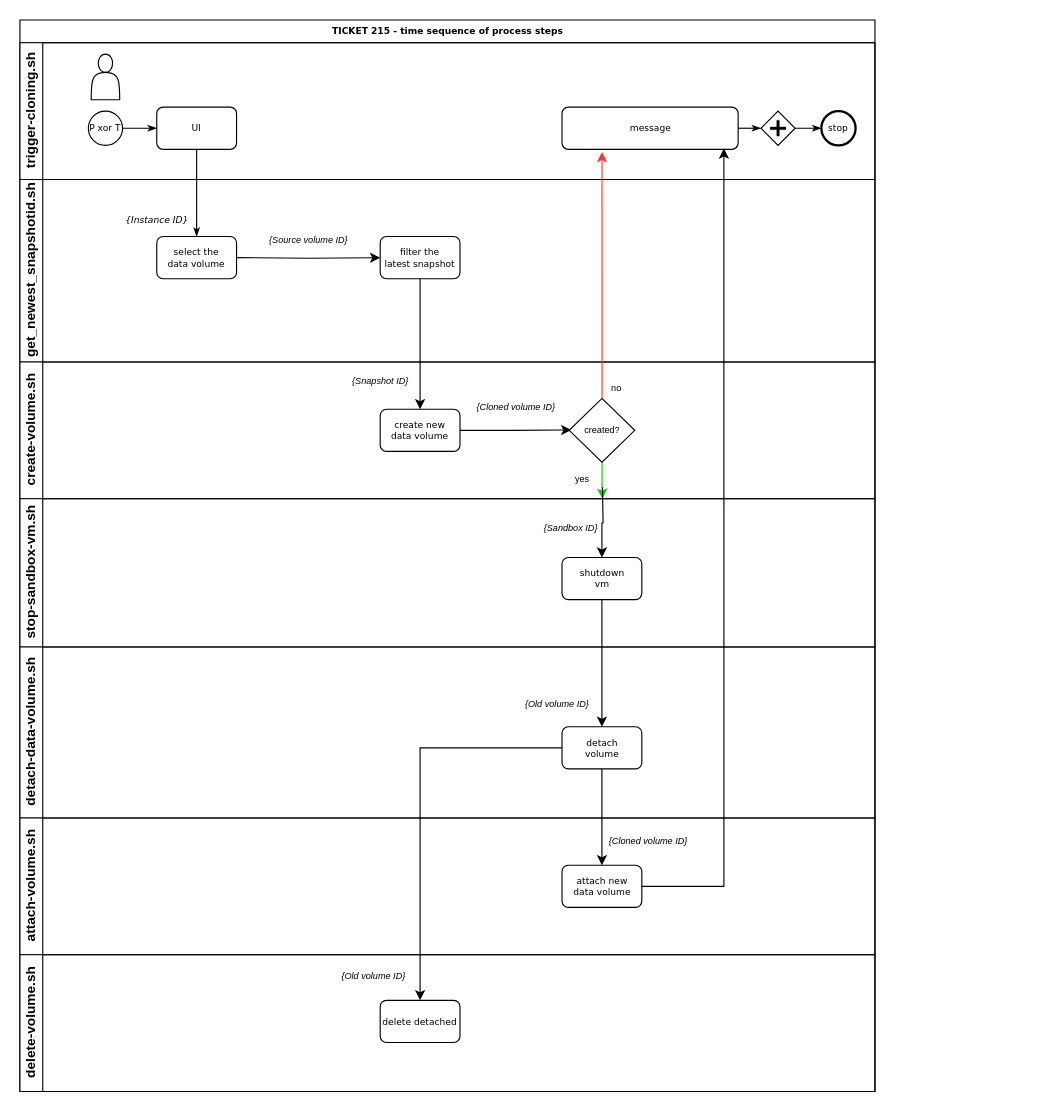
Before: triggered-flow-for-sandbox.drawio in mahoff/repo, a draw.io diagram. Source tidied: cells renumbered, new cells numbered last; positions are measured from the earlier drawing's top-left corner, leaving out a move shared by most shapes. Both pictures are drawn from the tidied source at 114%, with x=0, y=0 at pixel (19, 19).
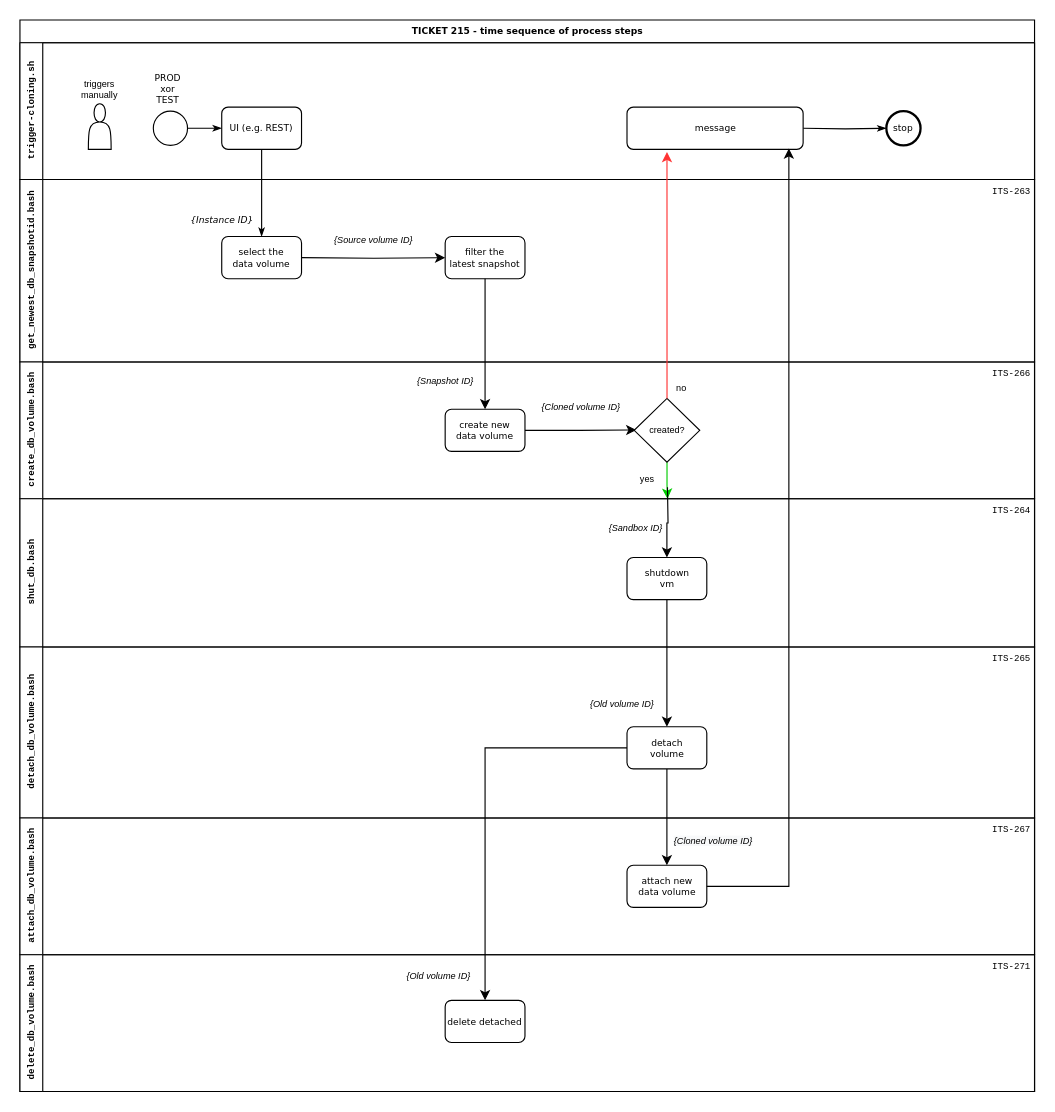
The same diagram, later.

Commit message:
amended script names, amended ticket numbers

What changed in the source:
```diff
@@
     <mxCell id="2" value="TICKET 215 - time sequence of process steps" style="swimlane;html=1;horizontal=1;startSize=20;rounded=0;shadow=0;labelBackgroundColor=none;strokeWidth=1;fontFamily=Verdana;fontSize=8;align=center;" parent="1" vertex="1">
-      <mxGeometry width="750" height="940" as="geometry" />
+      <mxGeometry width="890" height="940" as="geometry" />
     </mxCell>
-    <mxCell id="3" value="trigger-cloning.sh" style="swimlane;html=1;startSize=20;horizontal=0;" parent="2" vertex="1">
-      <mxGeometry y="20" width="750" height="120" as="geometry" />
+    <mxCell id="3" value="trigger-cloning.sh" style="swimlane;html=1;startSize=20;horizontal=0;fontFamily=Courier New;fontSize=8;" parent="2" vertex="1">
+      <mxGeometry y="20" width="890" height="120" as="geometry" />
     </mxCell>
@@
-    <mxCell id="5" value="P xor T" style="ellipse;whiteSpace=wrap;html=1;rounded=0;shadow=0;labelBackgroundColor=none;strokeWidth=1;fontFamily=Verdana;fontSize=8;align=center;" parent="3" vertex="1">
-      <mxGeometry x="60" y="60" width="30" height="30" as="geometry" />
+    <mxCell id="5" value="PROD&lt;br&gt;xor&lt;br&gt;TEST" style="ellipse;whiteSpace=wrap;html=1;rounded=0;shadow=0;labelBackgroundColor=none;strokeWidth=1;fontFamily=Verdana;fontSize=8;align=center;movableLabel=1;" parent="3" vertex="1">
+      <mxGeometry x="117" y="60" width="30" height="30" as="geometry">
+        <mxPoint x="-2" y="-34" as="offset" />
+      </mxGeometry>
     </mxCell>
-    <mxCell id="6" value="UI" style="rounded=1;whiteSpace=wrap;html=1;shadow=0;labelBackgroundColor=none;strokeWidth=1;fontFamily=Verdana;fontSize=8;align=center;" parent="3" vertex="1">
-      <mxGeometry x="120" y="56.5" width="70" height="37" as="geometry" />
+    <mxCell id="6" value="UI (e.g. REST)" style="rounded=1;whiteSpace=wrap;html=1;shadow=0;labelBackgroundColor=none;strokeWidth=1;fontFamily=Verdana;fontSize=8;align=center;" parent="3" vertex="1">
+      <mxGeometry x="177" y="56.5" width="70" height="37" as="geometry" />
     </mxCell>
-    <mxCell id="7" style="edgeStyle=orthogonalEdgeStyle;rounded=0;html=1;entryX=0;entryY=0.5;labelBackgroundColor=none;startArrow=none;startFill=0;startSize=5;endArrow=classicThin;endFill=1;endSize=5;jettySize=auto;strokeWidth=1;fontFamily=Verdana;fontSize=8;exitX=1;exitY=0.5;exitDx=0;exitDy=0;" parent="3" edge="1" target="10">
+    <mxCell id="7" style="edgeStyle=orthogonalEdgeStyle;rounded=0;html=1;entryX=0;entryY=0.5;labelBackgroundColor=none;startArrow=none;startFill=0;startSize=5;endArrow=classicThin;endFill=1;endSize=5;jettySize=auto;strokeWidth=1;fontFamily=Verdana;fontSize=8;exitX=1;exitY=0.5;exitDx=0;exitDy=0;entryDx=0;entryDy=0;" parent="3" edge="1" target="11">
       <mxGeometry relative="1" as="geometry">
-        <mxPoint x="630" y="75" as="sourcePoint" />
+        <mxPoint x="687" y="75" as="sourcePoint" />
       </mxGeometry>
     </mxCell>
     <mxCell id="8" value="message" style="rounded=1;whiteSpace=wrap;html=1;shadow=0;labelBackgroundColor=none;strokeWidth=1;fontFamily=Verdana;fontSize=8;align=center;" parent="3" vertex="1">
-      <mxGeometry x="475.5" y="56.5" width="154.5" height="37" as="geometry" />
+      <mxGeometry x="532.5" y="56.5" width="154.5" height="37" as="geometry" />
     </mxCell>
-    <mxCell id="9" style="edgeStyle=orthogonalEdgeStyle;rounded=0;html=1;labelBackgroundColor=none;startArrow=none;startFill=0;startSize=5;endArrow=classicThin;endFill=1;endSize=5;jettySize=auto;strokeWidth=1;fontFamily=Verdana;fontSize=8;" parent="3" edge="1" source="10" target="11">
-      <mxGeometry relative="1" as="geometry" />
-    </mxCell>
-    <mxCell id="10" style="shape=mxgraph.bpmn.shape;html=1;verticalLabelPosition=bottom;labelBackgroundColor=#ffffff;verticalAlign=top;perimeter=rhombusPerimeter;background=gateway;outline=none;symbol=parallelGw;rounded=1;shadow=0;strokeWidth=1;fontFamily=Verdana;fontSize=8;align=center;" parent="3" vertex="1">
-      <mxGeometry x="650" y="60" width="30" height="30" as="geometry" />
-    </mxCell>
     <mxCell id="11" value="stop" style="ellipse;whiteSpace=wrap;html=1;rounded=0;shadow=0;labelBackgroundColor=none;strokeWidth=2;fontFamily=Verdana;fontSize=8;align=center;" parent="3" vertex="1">
-      <mxGeometry x="703" y="60" width="30" height="30" as="geometry" />
+      <mxGeometry x="760" y="60" width="30" height="30" as="geometry" />
     </mxCell>
-    <mxCell id="12" style="shape=actor;whiteSpace=wrap;html=1;fontSize=8;" parent="3" vertex="1">
-      <mxGeometry x="62.5" y="10" width="25" height="40" as="geometry" />
+    <mxCell id="12" value="triggers&lt;br&gt;manually" style="shape=actor;whiteSpace=wrap;html=1;fontSize=8;labelPadding=0;strokeOpacity=100;movableLabel=1;align=center;" parent="3" vertex="1">
+      <mxGeometry x="60" y="53.5" width="20" height="40" as="geometry">
+        <mxPoint y="-33" as="offset" />
+      </mxGeometry>
     </mxCell>
-    <mxCell id="13" value="get_newest_snapshotid.sh" style="swimlane;html=1;startSize=20;horizontal=0;" parent="2" vertex="1">
-      <mxGeometry y="140" width="750" height="160" as="geometry" />
+    <mxCell id="13" value="get_newest_db_snapshotid.bash" style="swimlane;html=1;startSize=20;horizontal=0;fontSize=8;fontFamily=Courier New;" parent="2" vertex="1">
+      <mxGeometry y="140" width="890" height="160" as="geometry" />
     </mxCell>
     <mxCell id="14" value="&lt;font style=&quot;font-size: 8px&quot;&gt;&lt;i&gt;{Source volume ID}&lt;/i&gt;&lt;br&gt;&lt;/font&gt;" style="edgeStyle=orthogonalEdgeStyle;rounded=0;jettySize=auto;html=1;exitX=1;exitY=0.5;exitDx=0;exitDy=0;" parent="13" edge="1" target="16">
       <mxGeometry y="17" relative="1" as="geometry">
-        <mxPoint x="190" y="68.5" as="sourcePoint" />
+        <mxPoint x="247" y="68.5" as="sourcePoint" />
       </mxGeometry>
     </mxCell>
     <mxCell id="15" value="select the&lt;br&gt;data volume" style="rounded=1;whiteSpace=wrap;html=1;shadow=0;labelBackgroundColor=none;strokeWidth=1;fontFamily=Verdana;fontSize=8;align=center;" parent="13" vertex="1">
-      <mxGeometry x="120" y="50" width="70" height="37" as="geometry" />
+      <mxGeometry x="177" y="50" width="70" height="37" as="geometry" />
     </mxCell>
     <mxCell id="16" value="filter the&lt;br&gt;latest snapshot" style="rounded=1;whiteSpace=wrap;html=1;shadow=0;labelBackgroundColor=none;strokeWidth=1;fontFamily=Verdana;fontSize=8;align=center;" parent="13" vertex="1">
-      <mxGeometry x="316" y="50" width="70" height="37" as="geometry" />
+      <mxGeometry x="373" y="50" width="70" height="37" as="geometry" />
     </mxCell>
+    <mxCell id="38" value="ITS-263" style="text;html=1;strokeColor=none;fillColor=none;align=center;verticalAlign=middle;whiteSpace=wrap;overflow=hidden;fontFamily=Courier New;fontSize=8;" parent="13" vertex="1">
+      <mxGeometry x="850" width="40" height="20" as="geometry" />
+    </mxCell>
@@
-    <mxCell id="18" value="create-volume.sh" style="swimlane;html=1;startSize=20;horizontal=0;" parent="2" vertex="1">
-      <mxGeometry y="300" width="750" height="120" as="geometry" />
+    <mxCell id="18" value="create_db_volume.bash" style="swimlane;html=1;startSize=20;horizontal=0;fontSize=8;fontFamily=Courier New;" parent="2" vertex="1">
+      <mxGeometry y="300" width="890" height="120" as="geometry" />
     </mxCell>
@@
     <mxCell id="20" value="create new&lt;br&gt;data volume" style="rounded=1;whiteSpace=wrap;html=1;shadow=0;labelBackgroundColor=none;strokeWidth=1;fontFamily=Verdana;fontSize=8;align=center;" parent="18" vertex="1">
-      <mxGeometry x="316" y="41.5" width="70" height="37" as="geometry" />
+      <mxGeometry x="373" y="41.5" width="70" height="37" as="geometry" />
     </mxCell>
     <mxCell id="21" value="yes" style="edgeStyle=orthogonalEdgeStyle;rounded=0;jettySize=auto;html=1;fontSize=8;strokeColor=#00CC00;" parent="18" edge="1" source="22">
       <mxGeometry x="-0.28" y="-13" relative="1" as="geometry">
-        <mxPoint x="511" y="120" as="targetPoint" />
+        <mxPoint x="568" y="120" as="targetPoint" />
         <mxPoint x="-5" y="3" as="offset" />
       </mxGeometry>
     </mxCell>
     <mxCell id="22" value="created?" style="strokeWidth=1;html=1;shape=mxgraph.flowchart.decision;whiteSpace=wrap;fontSize=8;" parent="18" vertex="1">
-      <mxGeometry x="481.8" y="32" width="57.5" height="56" as="geometry" />
+      <mxGeometry x="538.8" y="32" width="57.5" height="56" as="geometry" />
     </mxCell>
+    <mxCell id="39" value="ITS-266" style="text;html=1;strokeColor=none;fillColor=none;align=center;verticalAlign=middle;whiteSpace=wrap;overflow=hidden;fontFamily=Courier New;fontSize=8;" parent="18" vertex="1">
+      <mxGeometry x="850" width="40" height="20" as="geometry" />
+    </mxCell>
-    <mxCell id="23" value="stop-sandbox-vm.sh" style="swimlane;html=1;startSize=20;horizontal=0;" parent="2" vertex="1">
-      <mxGeometry y="420" width="750" height="130" as="geometry" />
+    <mxCell id="23" value="shut_db.bash" style="swimlane;html=1;startSize=20;horizontal=0;fontSize=8;fontFamily=Courier New;" parent="2" vertex="1">
+      <mxGeometry y="420" width="890" height="130" as="geometry" />
     </mxCell>
     <mxCell id="24" value="shutdown&lt;br&gt;vm" style="rounded=1;whiteSpace=wrap;html=1;shadow=0;labelBackgroundColor=none;strokeWidth=1;fontFamily=Verdana;fontSize=8;align=center;" parent="23" vertex="1">
-      <mxGeometry x="475.5" y="51.5" width="70" height="37" as="geometry" />
+      <mxGeometry x="532.5" y="51.5" width="70" height="37" as="geometry" />
     </mxCell>
+    <mxCell id="40" value="ITS-264" style="text;html=1;strokeColor=none;fillColor=none;align=center;verticalAlign=middle;whiteSpace=wrap;overflow=hidden;fontFamily=Courier New;fontSize=8;" parent="23" vertex="1">
+      <mxGeometry x="850" width="40" height="20" as="geometry" />
+    </mxCell>
@@
-    <mxCell id="26" value="detach-data-volume.sh" style="swimlane;html=1;startSize=20;horizontal=0;" parent="2" vertex="1">
-      <mxGeometry y="550" width="750" height="150" as="geometry" />
+    <mxCell id="26" value="detach_db_volume.bash" style="swimlane;html=1;startSize=20;horizontal=0;fontSize=8;fontFamily=Courier New;" parent="2" vertex="1">
+      <mxGeometry y="550" width="890" height="150" as="geometry" />
     </mxCell>
     <mxCell id="27" value="detach&lt;br&gt;volume" style="rounded=1;whiteSpace=wrap;html=1;shadow=0;labelBackgroundColor=none;strokeWidth=1;fontFamily=Verdana;fontSize=8;align=center;" parent="26" vertex="1">
-      <mxGeometry x="475.5" y="70" width="70" height="37" as="geometry" />
+      <mxGeometry x="532.5" y="70" width="70" height="37" as="geometry" />
     </mxCell>
+    <mxCell id="41" value="ITS-265" style="text;html=1;strokeColor=none;fillColor=none;align=center;verticalAlign=middle;whiteSpace=wrap;overflow=hidden;fontFamily=Courier New;fontSize=8;" parent="26" vertex="1">
+      <mxGeometry x="850" width="40" height="20" as="geometry" />
+    </mxCell>
-    <mxCell id="28" value="attach-volume.sh" style="swimlane;html=1;startSize=20;horizontal=0;" parent="2" vertex="1">
-      <mxGeometry y="700" width="750" height="120" as="geometry" />
+    <mxCell id="28" value="attach_db_volume.bash" style="swimlane;html=1;startSize=20;horizontal=0;fontSize=8;fontFamily=Courier New;" parent="2" vertex="1">
+      <mxGeometry y="700" width="890" height="120" as="geometry" />
     </mxCell>
     <mxCell id="29" value="attach new&lt;br&gt;data volume" style="rounded=1;whiteSpace=wrap;html=1;shadow=0;labelBackgroundColor=none;strokeWidth=1;fontFamily=Verdana;fontSize=8;align=center;" parent="28" vertex="1">
-      <mxGeometry x="475.5" y="41.5" width="70" height="37" as="geometry" />
+      <mxGeometry x="532.5" y="41.5" width="70" height="37" as="geometry" />
     </mxCell>
+    <mxCell id="42" value="ITS-267" style="text;html=1;strokeColor=none;fillColor=none;align=center;verticalAlign=middle;whiteSpace=wrap;overflow=hidden;fontFamily=Courier New;fontSize=8;" parent="28" vertex="1">
+      <mxGeometry x="850" width="40" height="20" as="geometry" />
+    </mxCell>
-    <mxCell id="30" value="delete-volume.sh" style="swimlane;html=1;startSize=20;horizontal=0;" parent="2" vertex="1">
-      <mxGeometry y="820" width="750" height="120" as="geometry" />
+    <mxCell id="30" value="delete_db_volume.bash" style="swimlane;html=1;startSize=20;horizontal=0;fontSize=8;fontFamily=Courier New;" parent="2" vertex="1">
+      <mxGeometry y="820" width="890" height="120" as="geometry" />
     </mxCell>
     <mxCell id="31" value="delete detached" style="rounded=1;whiteSpace=wrap;html=1;shadow=0;labelBackgroundColor=none;strokeWidth=1;fontFamily=Verdana;fontSize=8;align=center;" parent="30" vertex="1">
-      <mxGeometry x="316" y="40" width="70" height="37" as="geometry" />
+      <mxGeometry x="373" y="40" width="70" height="37" as="geometry" />
     </mxCell>
+    <mxCell id="43" value="ITS-271" style="text;html=1;strokeColor=none;fillColor=none;align=center;verticalAlign=middle;whiteSpace=wrap;overflow=hidden;fontFamily=Courier New;fontSize=8;" parent="30" vertex="1">
+      <mxGeometry x="850" width="40" height="20" as="geometry" />
+    </mxCell>
     <mxCell id="32" value="&lt;i&gt;{Sandbox ID}&lt;/i&gt;" style="edgeStyle=orthogonalEdgeStyle;rounded=0;jettySize=auto;html=1;entryX=0.5;entryY=0;entryDx=0;entryDy=0;fontSize=8;" parent="2" edge="1" target="24">
       <mxGeometry x="0.17" y="-27" relative="1" as="geometry">
-        <mxPoint x="511" y="410" as="sourcePoint" />
+        <mxPoint x="568" y="410" as="sourcePoint" />
         <mxPoint x="-1" as="offset" />
       </mxGeometry>
     </mxCell>
```
